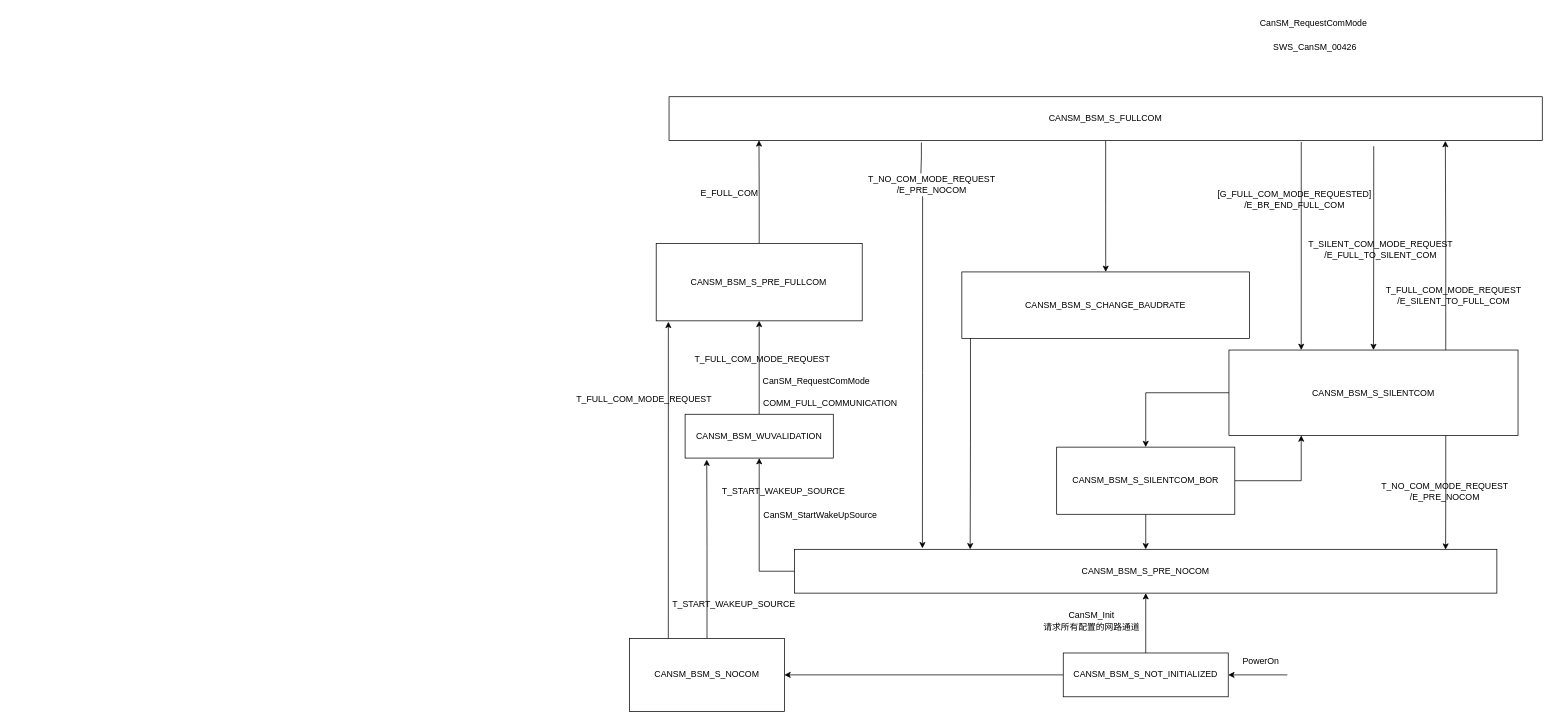
Earlier version of the draw.io diagram page "CANSM" (1 of 2) of autosar.drawio (zinochau/autosar). Source tidied: cells renumbered, new cells numbered last; positions are measured from the earlier drawing's top-left corner, leaving out a move shared by most shapes. Both pictures are drawn from the tidied source at 73%, with x=0, y=0 at pixel (622, 12).
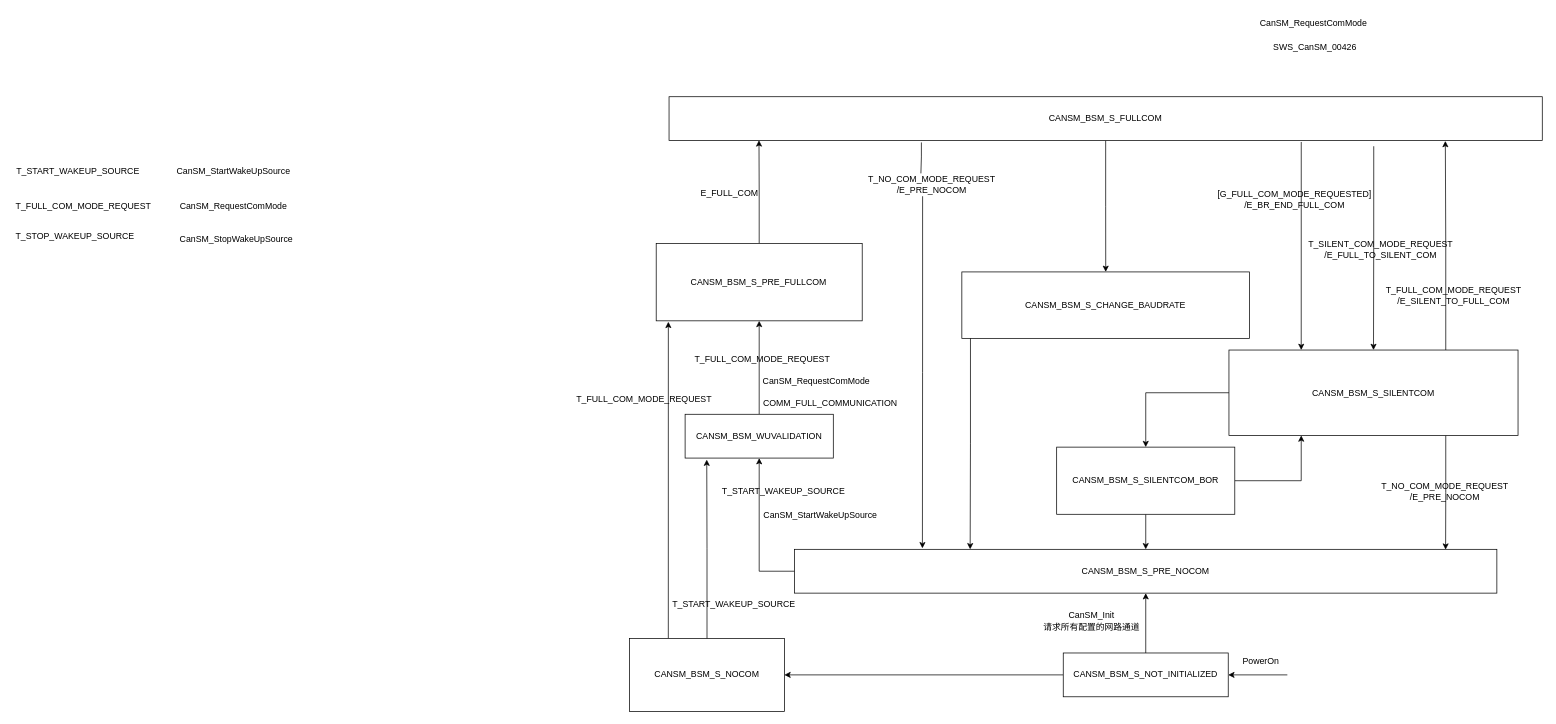
The same page after the edit.

Diff of the diagram source:
```diff
@@
+    <mxCell id="48" value="T_START_WAKEUP_SOURCE" style="text;html=1;strokeColor=none;fillColor=none;align=center;verticalAlign=middle;whiteSpace=wrap;rounded=0;" parent="1" vertex="1">
+      <mxGeometry x="-835" y="202" width="179" height="30" as="geometry" />
+    </mxCell>
+    <mxCell id="49" value="CanSM_StartWakeUpSource" style="text;html=1;align=center;verticalAlign=middle;whiteSpace=wrap;rounded=0;" parent="1" vertex="1">
+      <mxGeometry x="-613" y="202" width="161" height="30" as="geometry" />
+    </mxCell>
+    <mxCell id="50" value="T_FULL_COM_MODE_REQUEST" style="text;html=1;align=center;verticalAlign=middle;whiteSpace=wrap;rounded=0;" parent="1" vertex="1">
+      <mxGeometry x="-831" y="250" width="186" height="30" as="geometry" />
+    </mxCell>
+    <mxCell id="51" value="T_STOP_WAKEUP_SOURCE" style="text;html=1;align=center;verticalAlign=middle;whiteSpace=wrap;rounded=0;" parent="1" vertex="1">
+      <mxGeometry x="-835" y="292" width="171" height="30" as="geometry" />
+    </mxCell>
+    <mxCell id="52" value="CanSM_RequestComMode" style="text;html=1;align=center;verticalAlign=middle;whiteSpace=wrap;rounded=0;" parent="1" vertex="1">
+      <mxGeometry x="-609" y="250" width="153" height="30" as="geometry" />
+    </mxCell>
+    <mxCell id="53" value="CanSM_StopWakeUpSource" style="text;html=1;align=center;verticalAlign=middle;whiteSpace=wrap;rounded=0;" parent="1" vertex="1">
+      <mxGeometry x="-608" y="296" width="159" height="30" as="geometry" />
+    </mxCell>
```
